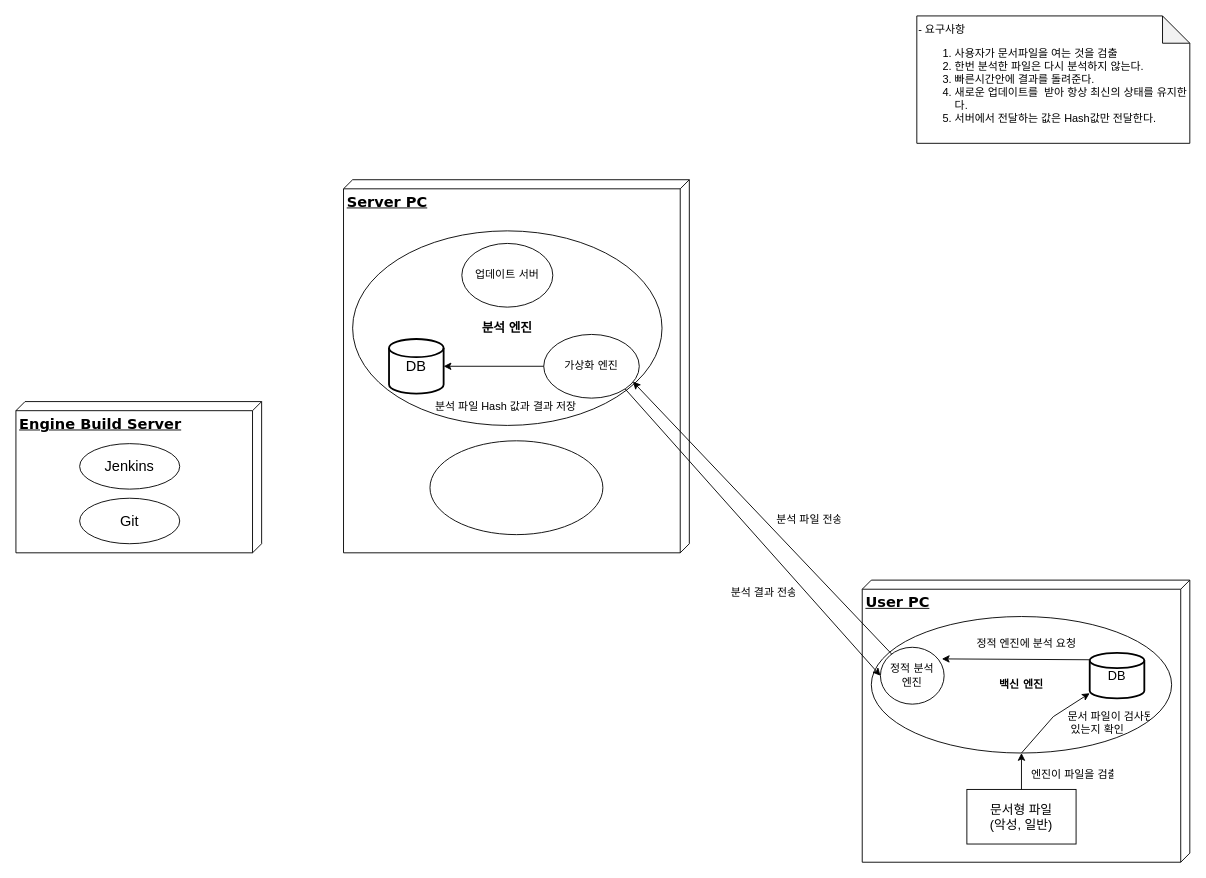
arad4228/Docs_Repository keeps this draw.io diagram as 제목 없는 다이어그램.drawio. Above is the earlier version. Source tidied: cells renumbered, new cells numbered last; positions are measured from the earlier drawing's top-left corner, leaving out a move shared by most shapes. Both pictures are drawn from the tidied source at 91%, with x=0, y=0 at pixel (15, 15).
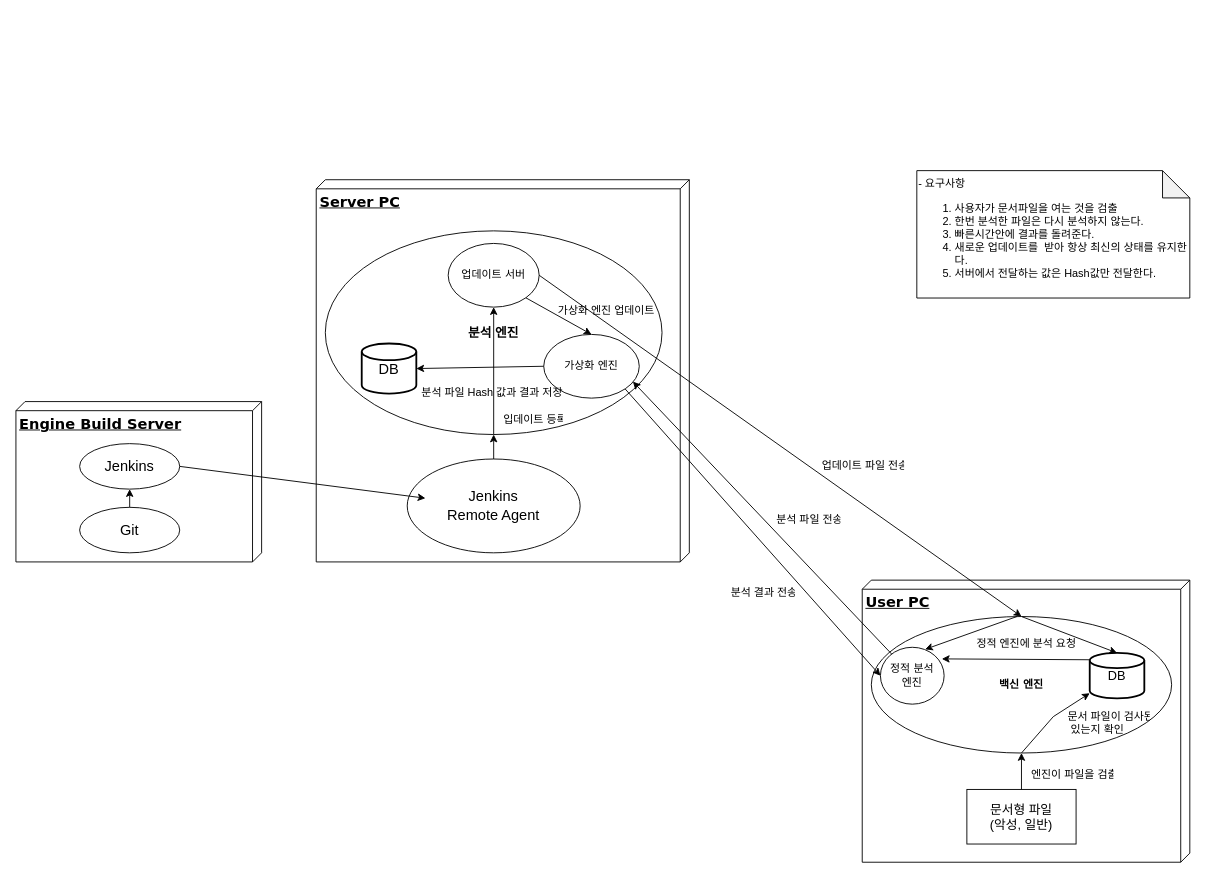
The same diagram, later.

Commit message:
Update BoB 프로젝트 구성도

The change refers to these unchanged cells:
```xml
<mxCell id="4" value="&lt;b&gt;백신 엔진&lt;/b&gt;" style="ellipse;whiteSpace=wrap;html=1;rounded=0;shadow=0;comic=0;labelBackgroundColor=none;strokeWidth=1;fontFamily=Verdana;fontSize=12;align=center;" parent="1" vertex="1">
  <mxGeometry x="940" y="660" width="330" height="150" as="geometry" />
</mxCell>
<mxCell id="7" value="&lt;font style=&quot;font-size: 14px;&quot;&gt;DB&lt;/font&gt;" style="strokeWidth=2;html=1;shape=mxgraph.flowchart.database;whiteSpace=wrap;" parent="1" vertex="1">
  <mxGeometry x="1180" y="700" width="60" height="50" as="geometry" />
</mxCell>
<mxCell id="8" value="정적 분석&lt;br&gt;엔진" style="ellipse;whiteSpace=wrap;html=1;rounded=0;shadow=0;comic=0;labelBackgroundColor=none;strokeWidth=1;fontFamily=Verdana;fontSize=12;align=center;" parent="1" vertex="1">
  <mxGeometry x="950" y="693.8" width="70" height="62.5" as="geometry" />
</mxCell>
<mxCell id="17" value="가상화 엔진" style="ellipse;whiteSpace=wrap;html=1;rounded=0;shadow=0;comic=0;labelBackgroundColor=none;strokeWidth=1;fontFamily=Verdana;fontSize=12;align=center;" parent="1" vertex="1">
  <mxGeometry x="580" y="350" width="105" height="70" as="geometry" />
</mxCell>
<mxCell id="26" value="Jenkins" style="ellipse;whiteSpace=wrap;html=1;fontSize=16;" parent="1" vertex="1">
  <mxGeometry x="70" y="470" width="110" height="50" as="geometry" />
</mxCell>
```

Diff of the diagram source:
```diff
@@
     <mxCell id="2" value="&lt;font style=&quot;font-size: 16px;&quot;&gt;&lt;b&gt;Server PC&lt;/b&gt;&lt;/font&gt;" style="verticalAlign=top;align=left;spacingTop=8;spacingLeft=2;spacingRight=12;shape=cube;size=10;direction=south;fontStyle=4;html=1;rounded=0;shadow=0;comic=0;labelBackgroundColor=none;strokeWidth=1;fontFamily=Verdana;fontSize=12;" parent="1" vertex="1">
-      <mxGeometry x="360" y="180" width="380" height="410" as="geometry" />
+      <mxGeometry x="330" y="180" width="410" height="420" as="geometry" />
     </mxCell>
@@
     <mxCell id="5" value="- 요구사항&amp;nbsp;&lt;br&gt;&lt;ol&gt;&lt;li&gt;사용자가 문서파일을 여는 것을 검출&lt;/li&gt;&lt;li&gt;한번 분석한 파일은 다시 분석하지 않는다.&lt;/li&gt;&lt;li&gt;빠른시간안에 결과를 돌려준다.&lt;/li&gt;&lt;li&gt;새로운 업데이트를&amp;nbsp; 받아 항상 최신의 상태를 유지한다.&lt;/li&gt;&lt;li&gt;서버에서 전달하는 값은 Hash값만 전달한다.&lt;/li&gt;&lt;/ol&gt;" style="shape=note;whiteSpace=wrap;html=1;backgroundOutline=1;darkOpacity=0.05;align=left;" parent="1" vertex="1">
-      <mxGeometry x="990" width="300" height="140" as="geometry" />
+      <mxGeometry x="990" y="170" width="300" height="140" as="geometry" />
     </mxCell>
     <mxCell id="6" value="&lt;font style=&quot;font-size: 16px;&quot;&gt;&lt;b&gt;Engine Build Server&lt;/b&gt;&lt;/font&gt;" style="verticalAlign=top;align=left;spacingTop=8;spacingLeft=2;spacingRight=12;shape=cube;size=10;direction=south;fontStyle=4;html=1;rounded=0;shadow=0;comic=0;labelBackgroundColor=none;strokeWidth=1;fontFamily=Verdana;fontSize=12;" parent="1" vertex="1">
-      <mxGeometry y="423.8" width="270" height="166.2" as="geometry" />
+      <mxGeometry y="423.8" width="270" height="176.2" as="geometry" />
     </mxCell>
@@
     <mxCell id="16" value="&lt;b&gt;분석 엔진&lt;/b&gt;" style="ellipse;whiteSpace=wrap;html=1;fontSize=14;" parent="1" vertex="1">
-      <mxGeometry x="370" y="236.2" width="340" height="213.8" as="geometry" />
+      <mxGeometry x="340" y="236.2" width="370" height="223.8" as="geometry" />
     </mxCell>
@@
     <mxCell id="18" value="업데이트 서버" style="ellipse;whiteSpace=wrap;html=1;rounded=0;shadow=0;comic=0;labelBackgroundColor=none;strokeWidth=1;fontFamily=Verdana;fontSize=12;align=center;" parent="1" vertex="1">
-      <mxGeometry x="490" y="250" width="100" height="70" as="geometry" />
+      <mxGeometry x="475" y="250" width="100" height="70" as="geometry" />
     </mxCell>
@@
     <mxCell id="23" value="DB" style="strokeWidth=2;html=1;shape=mxgraph.flowchart.database;whiteSpace=wrap;fontSize=16;" parent="1" vertex="1">
-      <mxGeometry x="410" y="355" width="60" height="60" as="geometry" />
+      <mxGeometry x="380" y="360" width="60" height="55" as="geometry" />
     </mxCell>
-    <mxCell id="24" style="endArrow=classic;html=1;rounded=0;fontSize=16;entryX=1;entryY=0.5;entryDx=0;entryDy=0;entryPerimeter=0;exitX=0;exitY=0.5;exitDx=0;exitDy=0;" parent="1" edge="1" source="17" target="23">
-      <mxGeometry relative="1" as="geometry" />
-    </mxCell>
-    <mxCell id="25" value="분석 파일 Hash 값과 결과 저장" style="text;strokeColor=none;fillColor=none;spacingLeft=4;spacingRight=4;overflow=hidden;fontSize=12;" parent="1" vertex="1">
-      <mxGeometry x="455" y="415" width="170" height="20" as="geometry" />
-    </mxCell>
@@
     <mxCell id="27" value="Git" style="ellipse;whiteSpace=wrap;html=1;fontSize=16;" parent="1" vertex="1">
-      <mxGeometry x="70" y="530" width="110" height="50" as="geometry" />
+      <mxGeometry x="70" y="540" width="110" height="50" as="geometry" />
     </mxCell>
-    <mxCell id="28" style="ellipse;whiteSpace=wrap;html=1;fontSize=16;" parent="1" vertex="1">
-      <mxGeometry x="455" y="466.9" width="190" height="103.1" as="geometry" />
+    <mxCell id="28" value="Jenkins&lt;br&gt;Remote Agent" style="ellipse;whiteSpace=wrap;html=1;fontSize=16;" parent="1" vertex="1">
+      <mxGeometry x="430" y="486.9" width="190" height="103.1" as="geometry" />
     </mxCell>
+    <mxCell id="29" style="endArrow=classic;html=1;rounded=0;fontSize=16;exitX=1;exitY=0.5;exitDx=0;exitDy=0;" parent="1" edge="1" source="26">
+      <mxGeometry relative="1" as="geometry">
+        <mxPoint x="450" y="530" as="targetPoint" />
+      </mxGeometry>
+    </mxCell>
+    <mxCell id="30" style="endArrow=classic;html=1;rounded=0;fontSize=16;entryX=0.5;entryY=1;entryDx=0;entryDy=0;" parent="1" edge="1" target="26">
+      <mxGeometry relative="1" as="geometry">
+        <mxPoint x="125" y="540" as="sourcePoint" />
+      </mxGeometry>
+    </mxCell>
+    <mxCell id="31" style="endArrow=classic;html=1;rounded=0;fontSize=16;exitX=0.5;exitY=0;exitDx=0;exitDy=0;entryX=0.5;entryY=1;entryDx=0;entryDy=0;" parent="1" edge="1" source="28" target="16">
+      <mxGeometry relative="1" as="geometry" />
+    </mxCell>
+    <mxCell id="32" style="endArrow=classic;html=1;rounded=0;fontSize=16;entryX=0.5;entryY=1;entryDx=0;entryDy=0;exitX=0.5;exitY=1;exitDx=0;exitDy=0;" parent="1" edge="1" source="16" target="18">
+      <mxGeometry relative="1" as="geometry" />
+    </mxCell>
+    <mxCell id="33" style="endArrow=classic;html=1;rounded=0;fontSize=16;exitX=1;exitY=1;exitDx=0;exitDy=0;entryX=0.5;entryY=0;entryDx=0;entryDy=0;" parent="1" edge="1" source="18" target="17">
+      <mxGeometry relative="1" as="geometry" />
+    </mxCell>
+    <mxCell id="34" value="가상화 엔진 업데이트" style="text;strokeColor=none;fillColor=none;spacingLeft=4;spacingRight=4;overflow=hidden;fontSize=12;" parent="1" vertex="1">
+      <mxGeometry x="590" y="310" width="120" height="20" as="geometry" />
+    </mxCell>
+    <mxCell id="35" value="입데이트 등록" style="text;strokeColor=none;fillColor=none;spacingLeft=4;spacingRight=4;overflow=hidden;fontSize=12;" parent="1" vertex="1">
+      <mxGeometry x="530" y="430" width="75" height="20" as="geometry" />
+    </mxCell>
+    <mxCell id="25" value="분석 파일 Hash 값과 결과 저장" style="text;strokeColor=none;fillColor=none;spacingLeft=4;spacingRight=4;overflow=hidden;fontSize=12;" parent="1" vertex="1">
+      <mxGeometry x="440" y="400" width="170" height="20" as="geometry" />
+    </mxCell>
+    <mxCell id="24" style="endArrow=classic;html=1;rounded=0;fontSize=16;entryX=1;entryY=0.5;entryDx=0;entryDy=0;entryPerimeter=0;exitX=0;exitY=0.5;exitDx=0;exitDy=0;" parent="1" edge="1" source="17" target="23">
+      <mxGeometry relative="1" as="geometry" />
+    </mxCell>
+    <mxCell id="36" style="endArrow=classic;html=1;rounded=0;fontSize=16;exitX=1;exitY=0.5;exitDx=0;exitDy=0;entryX=0.5;entryY=0;entryDx=0;entryDy=0;" parent="1" edge="1" source="18" target="4">
+      <mxGeometry relative="1" as="geometry" />
+    </mxCell>
+    <mxCell id="37" value="업데이트 파일 전송&#10;" style="text;strokeColor=none;fillColor=none;spacingLeft=4;spacingRight=4;overflow=hidden;fontSize=12;" parent="1" vertex="1">
+      <mxGeometry x="880" y="480" width="100" height="20" as="geometry" />
+    </mxCell>
+    <mxCell id="38" style="endArrow=classic;html=1;rounded=0;fontSize=16;exitX=0.5;exitY=0;exitDx=0;exitDy=0;entryX=0.5;entryY=0;entryDx=0;entryDy=0;entryPerimeter=0;" parent="1" edge="1" source="4" target="7">
+      <mxGeometry relative="1" as="geometry" />
+    </mxCell>
+    <mxCell id="39" style="endArrow=classic;html=1;rounded=0;fontSize=16;entryX=0.702;entryY=0.036;entryDx=0;entryDy=0;entryPerimeter=0;" parent="1" edge="1" target="8">
+      <mxGeometry relative="1" as="geometry">
+        <mxPoint x="1100" y="660" as="sourcePoint" />
+      </mxGeometry>
+    </mxCell>
```
